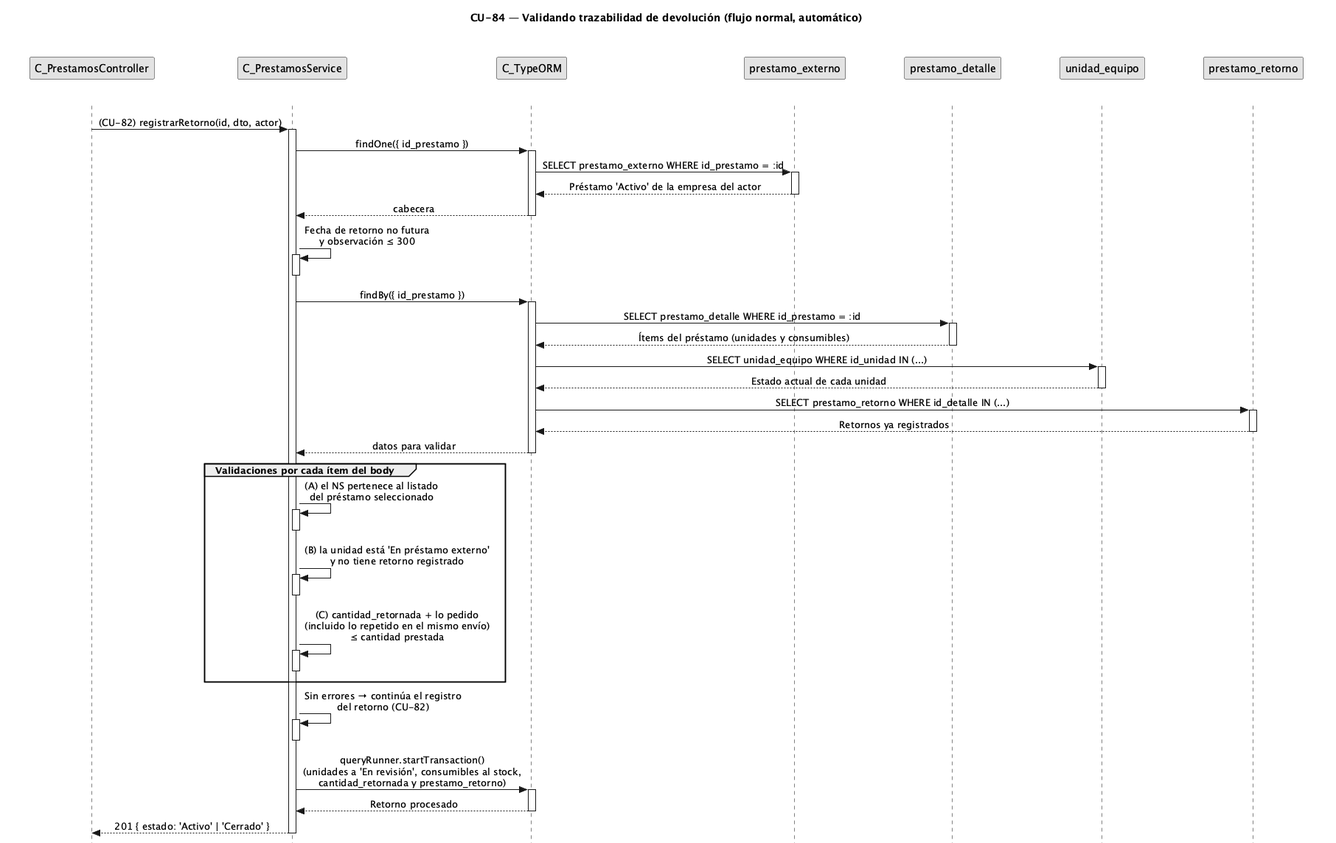
FSM-Finet-y-Cable-Magico/Team_1-Inventario-y-Bodega keeps this PlantUML diagram as diagramas/diagramas-secuencia/CU84/CU84-normal.png. Above is the earlier version.
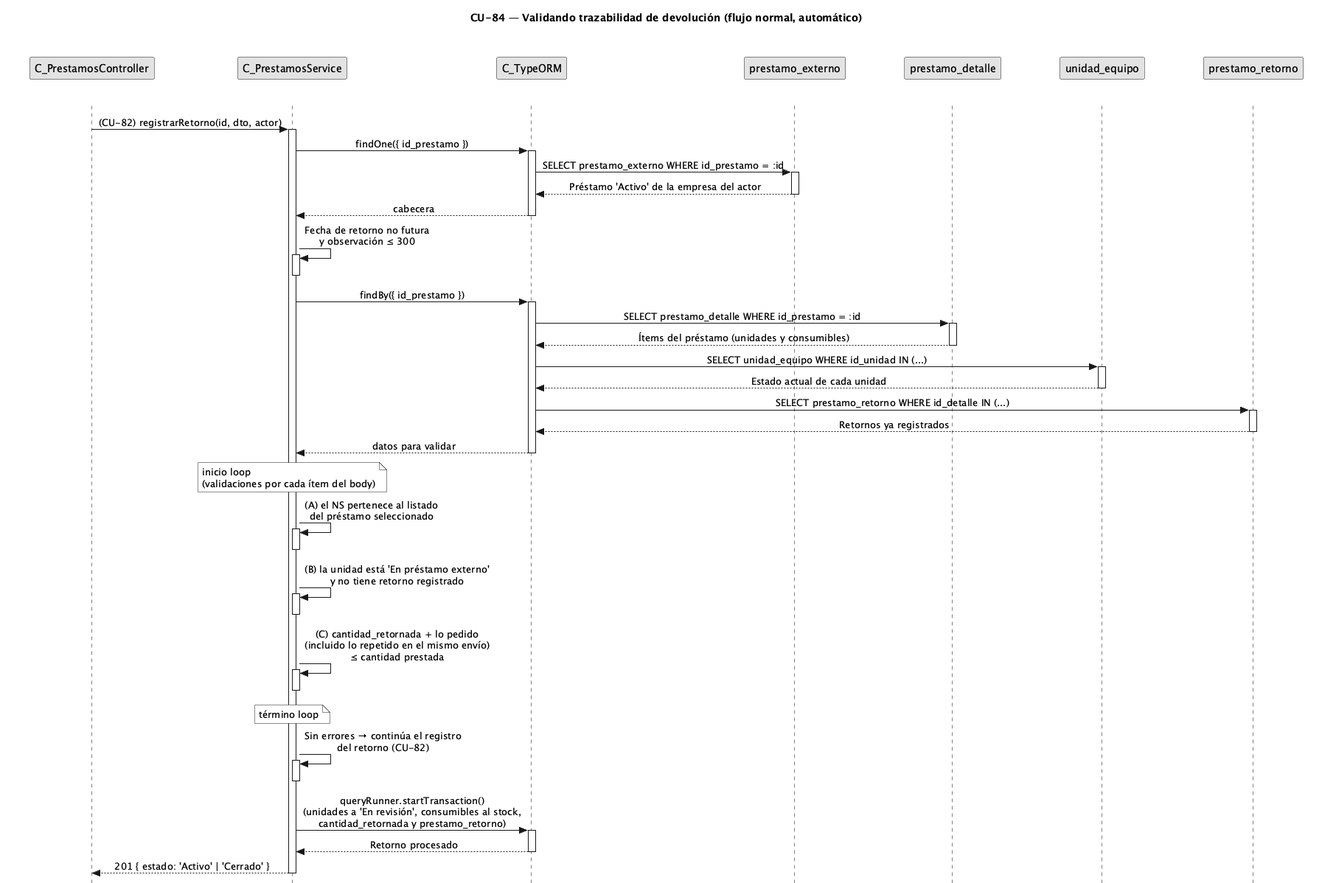
The same file after the commit.

The edit, as a diff of the source:
```diff
@@ -62,7 +62,7 @@
 orm --> svc : datos para validar
 deactivate orm
 
-group Validaciones por cada ítem del body
+note over svc : inicio loop\n(validaciones por cada ítem del body)
   svc -> svc : (A) el NS pertenece al listado\ndel préstamo seleccionado
   activate svc
   deactivate svc
@@ -72,7 +72,7 @@
   svc -> svc : (C) cantidad_retornada + lo pedido\n(incluido lo repetido en el mismo envío)\n≤ cantidad prestada
   activate svc
   deactivate svc
-end
+note over svc : término loop
 
 svc -> svc : Sin errores → continúa el registro\ndel retorno (CU-82)
 activate svc
```
